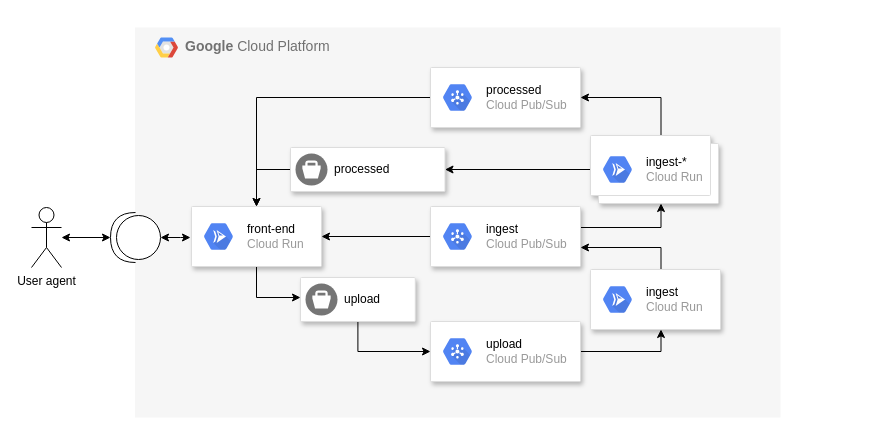
andrejusk/serverless-storage-demo keeps this draw.io diagram as docs/diagrams.drawio. Above is the earlier version. Source tidied: cells renumbered, new cells numbered last; positions are measured from the earlier drawing's top-left corner, leaving out a move shared by most shapes. Both pictures are drawn from the tidied source at 100%, with x=0, y=0 at pixel (31, 27).
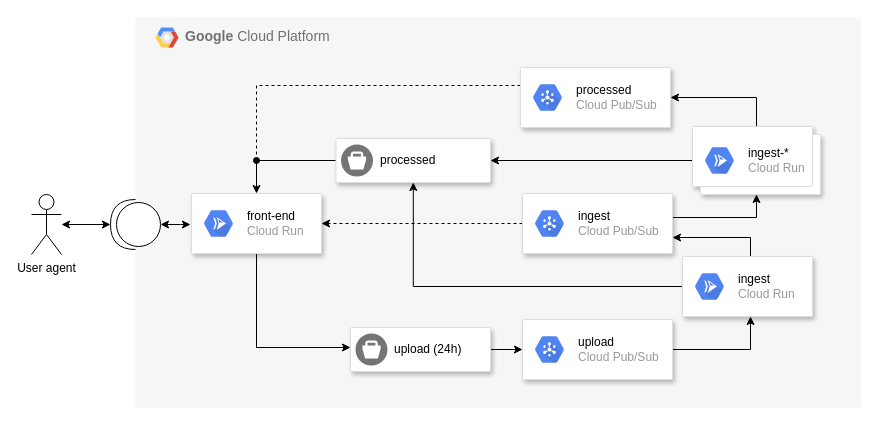
The same diagram, later.

Diff of the diagram source:
```diff
@@
+    <mxCell id="34" style="group;" parent="1" vertex="1">
+      <mxGeometry x="104" y="-10" width="725.5" height="390" as="geometry" />
+    </mxCell>
-    <mxCell id="2" value="&lt;b&gt;Google &lt;/b&gt;Cloud Platform" style="fillColor=#F6F6F6;strokeColor=none;shadow=0;gradientColor=none;fontSize=14;align=left;spacing=10;fontColor=#717171;9E9E9E;verticalAlign=top;spacingTop=-4;fontStyle=0;spacingLeft=40;html=1;flipH=0;" parent="1" vertex="1">
-      <mxGeometry x="103.5" width="645.5" height="390" as="geometry" />
+    <mxCell id="2" value="&lt;b&gt;Google &lt;/b&gt;Cloud Platform" style="fillColor=#F6F6F6;strokeColor=none;shadow=0;gradientColor=none;fontSize=14;align=left;spacing=10;fontColor=#717171;9E9E9E;verticalAlign=top;spacingTop=-4;fontStyle=0;spacingLeft=40;html=1;flipH=0;" parent="34" vertex="1">
+      <mxGeometry width="725.5" height="390" as="geometry" />
     </mxCell>
+    <mxCell id="13" style="shape=mxgraph.gcp2.google_cloud_platform;fillColor=#F6F6F6;strokeColor=none;shadow=0;gradientColor=none;fontColor=#000000;" parent="34" vertex="1">
+      <mxGeometry x="20" y="10" width="23" height="20" as="geometry">
+        <mxPoint x="20" y="10" as="offset" />
+      </mxGeometry>
+    </mxCell>
@@
     <mxCell id="4" value="User agent" style="shape=umlActor;verticalLabelPosition=bottom;verticalAlign=top;html=1;outlineConnect=0;" parent="1" vertex="1">
-      <mxGeometry y="180" width="30" height="60" as="geometry" />
+      <mxGeometry y="167" width="30" height="60" as="geometry" />
     </mxCell>
     <mxCell id="5" style="edgeStyle=orthogonalEdgeStyle;rounded=0;jettySize=auto;html=1;startArrow=classic;startFill=1;" parent="1" edge="1" source="6">
       <mxGeometry relative="1" as="geometry">
-        <mxPoint x="159" y="210" as="targetPoint" />
+        <mxPoint x="159" y="197" as="targetPoint" />
       </mxGeometry>
     </mxCell>
     <mxCell id="6" style="shape=providedRequiredInterface;html=1;verticalLabelPosition=bottom;sketch=0;rotation=-180;" parent="1" vertex="1">
-      <mxGeometry x="79" y="185" width="50" height="50" as="geometry" />
+      <mxGeometry x="79" y="172" width="50" height="50" as="geometry" />
     </mxCell>
     <mxCell id="7" style="edgeStyle=orthogonalEdgeStyle;rounded=0;jettySize=auto;html=1;fontColor=#000000;startArrow=none;startFill=0;" parent="1" edge="1" source="8" target="15">
       <mxGeometry relative="1" as="geometry">
         <Array as="points">
-          <mxPoint x="225" y="270" />
+          <mxPoint x="225" y="320" />
         </Array>
       </mxGeometry>
     </mxCell>
     <mxCell id="8" style="strokeColor=#dddddd;shadow=1;strokeWidth=1;rounded=1;absoluteArcSize=1;arcSize=2;" parent="1" vertex="1">
-      <mxGeometry x="160" y="179" width="130" height="60" as="geometry" />
+      <mxGeometry x="160" y="166" width="130" height="60" as="geometry" />
     </mxCell>
@@
     <mxCell id="10" style="edgeStyle=orthogonalEdgeStyle;rounded=0;jettySize=auto;html=1;fontColor=#000000;startArrow=none;startFill=0;" parent="1" edge="1" source="32" target="8">
       <mxGeometry relative="1" as="geometry">
         <Array as="points">
-          <mxPoint x="225" y="142" />
+          <mxPoint x="225" y="133" />
         </Array>
       </mxGeometry>
     </mxCell>
-    <mxCell id="11" style="edgeStyle=orthogonalEdgeStyle;rounded=0;jettySize=auto;html=1;fontColor=#000000;startArrow=none;startFill=0;" parent="1" edge="1" source="17" target="8">
-      <mxGeometry relative="1" as="geometry" />
+    <mxCell id="11" style="edgeStyle=orthogonalEdgeStyle;rounded=0;jettySize=auto;html=1;fontColor=#000000;startArrow=none;startFill=0;endArrow=oval;endFill=1;dashed=1;" parent="1" edge="1" source="17">
+      <mxGeometry relative="1" as="geometry">
+        <mxPoint x="225" y="133" as="targetPoint" />
+        <Array as="points">
+          <mxPoint x="225" y="58" />
+        </Array>
+      </mxGeometry>
     </mxCell>
-    <mxCell id="12" style="edgeStyle=orthogonalEdgeStyle;rounded=0;jettySize=auto;html=1;fontColor=#000000;startArrow=none;startFill=0;" parent="1" edge="1" source="20" target="8">
-      <mxGeometry relative="1" as="geometry" />
-    </mxCell>
-    <mxCell id="13" style="shape=mxgraph.gcp2.google_cloud_platform;fillColor=#F6F6F6;strokeColor=none;shadow=0;gradientColor=none;fontColor=#000000;" parent="1" vertex="1">
-      <mxGeometry x="123.5" y="10" width="23" height="20" as="geometry">
-        <mxPoint x="20" y="10" as="offset" />
-      </mxGeometry>
-    </mxCell>
-    <mxCell id="14" style="edgeStyle=orthogonalEdgeStyle;rounded=0;jettySize=auto;html=1;fontColor=#000000;startArrow=none;startFill=0;" parent="1" edge="1" source="15" target="23">
-      <mxGeometry relative="1" as="geometry">
-        <Array as="points">
-          <mxPoint x="326.5" y="324" />
-        </Array>
-      </mxGeometry>
+    <mxCell id="14" style="edgeStyle=orthogonalEdgeStyle;rounded=0;jettySize=auto;html=1;endArrow=classic;endFill=1;" parent="1" edge="1" source="15" target="23">
+      <mxGeometry relative="1" as="geometry" />
     </mxCell>
     <mxCell id="15" style="strokeColor=#dddddd;shadow=1;strokeWidth=1;rounded=1;absoluteArcSize=1;arcSize=2;" parent="1" vertex="1">
-      <mxGeometry x="269" y="250" width="114.8" height="44" as="geometry" />
+      <mxGeometry x="319" y="300" width="140" height="44" as="geometry" />
     </mxCell>
-    <mxCell id="16" value="upload" style="sketch=0;dashed=0;html=1;fillColor=#757575;strokeColor=none;shape=mxgraph.gcp2.bucket;labelPosition=right;verticalLabelPosition=middle;align=left;verticalAlign=middle;spacingLeft=5;fontSize=12;" parent="15" vertex="1">
+    <mxCell id="16" value="upload (24h)" style="sketch=0;dashed=0;html=1;fillColor=#757575;strokeColor=none;shape=mxgraph.gcp2.bucket;labelPosition=right;verticalLabelPosition=middle;align=left;verticalAlign=middle;spacingLeft=5;fontSize=12;" parent="15" vertex="1">
       <mxGeometry y="0.5" width="32" height="32" relative="1" as="geometry">
         <mxPoint x="5" y="-16" as="offset" />
       </mxGeometry>
     </mxCell>
     <mxCell id="17" style="strokeColor=#dddddd;shadow=1;strokeWidth=1;rounded=1;absoluteArcSize=1;arcSize=2;" parent="1" vertex="1">
-      <mxGeometry x="399" y="40" width="150" height="60" as="geometry" />
+      <mxGeometry x="489" y="40" width="150" height="60" as="geometry" />
     </mxCell>
@@
-    <mxCell id="19" style="edgeStyle=orthogonalEdgeStyle;rounded=0;jettySize=auto;html=1;fontColor=#000000;startArrow=none;startFill=0;" parent="1" edge="1" source="20" target="30">
+    <mxCell id="19" style="edgeStyle=orthogonalEdgeStyle;rounded=0;jettySize=auto;html=1;endArrow=classic;endFill=1;" parent="1" edge="1" source="20" target="30">
       <mxGeometry relative="1" as="geometry">
         <Array as="points">
-          <mxPoint x="629.5" y="200" />
+          <mxPoint x="725" y="190" />
         </Array>
       </mxGeometry>
     </mxCell>
+    <mxCell id="12" style="edgeStyle=orthogonalEdgeStyle;rounded=0;jettySize=auto;html=1;endArrow=classic;endFill=1;dashed=1;" parent="1" edge="1" source="20" target="8">
+      <mxGeometry relative="1" as="geometry" />
+    </mxCell>
     <mxCell id="20" style="strokeColor=#dddddd;shadow=1;strokeWidth=1;rounded=1;absoluteArcSize=1;arcSize=2;" parent="1" vertex="1">
-      <mxGeometry x="399" y="179" width="150" height="60" as="geometry" />
+      <mxGeometry x="491" y="166" width="150" height="60" as="geometry" />
     </mxCell>
@@
-    <mxCell id="22" style="edgeStyle=orthogonalEdgeStyle;rounded=0;jettySize=auto;html=1;fontColor=#000000;startArrow=none;startFill=0;" parent="1" edge="1" source="23" target="26">
+    <mxCell id="22" style="edgeStyle=orthogonalEdgeStyle;rounded=0;jettySize=auto;html=1;fontColor=#000000;startArrow=none;startFill=0;exitX=1;exitY=0.5;exitDx=0;exitDy=0;" parent="1" edge="1" source="23" target="26">
       <mxGeometry relative="1" as="geometry">
         <Array as="points">
-          <mxPoint x="629.5" y="324" />
+          <mxPoint x="719" y="322" />
         </Array>
       </mxGeometry>
     </mxCell>
     <mxCell id="23" style="strokeColor=#dddddd;shadow=1;strokeWidth=1;rounded=1;absoluteArcSize=1;arcSize=2;" parent="1" vertex="1">
-      <mxGeometry x="399" y="294" width="150" height="60" as="geometry" />
+      <mxGeometry x="491" y="292" width="150" height="60" as="geometry" />
     </mxCell>
@@
-    <mxCell id="25" style="edgeStyle=orthogonalEdgeStyle;rounded=0;jettySize=auto;html=1;fontColor=#000000;startArrow=none;startFill=0;" parent="1" edge="1" source="26" target="20">
+    <mxCell id="25" style="edgeStyle=orthogonalEdgeStyle;rounded=0;jettySize=auto;html=1;endArrow=classic;endFill=1;" parent="1" edge="1" source="26" target="20">
       <mxGeometry relative="1" as="geometry">
         <Array as="points">
-          <mxPoint x="629.5" y="220" />
+          <mxPoint x="719" y="210" />
         </Array>
       </mxGeometry>
     </mxCell>
+    <mxCell id="35" style="edgeStyle=orthogonalEdgeStyle;rounded=0;jettySize=auto;html=1;endArrow=classic;endFill=1;" parent="1" edge="1" source="26" target="32">
+      <mxGeometry relative="1" as="geometry" />
+    </mxCell>
     <mxCell id="26" style="strokeColor=#dddddd;shadow=1;strokeWidth=1;rounded=1;absoluteArcSize=1;arcSize=2;" parent="1" vertex="1">
-      <mxGeometry x="559" y="242" width="130" height="60" as="geometry" />
+      <mxGeometry x="651" y="229" width="130" height="60" as="geometry" />
     </mxCell>
@@
-    <mxCell id="28" style="edgeStyle=orthogonalEdgeStyle;rounded=0;jettySize=auto;html=1;fontColor=#000000;startArrow=none;startFill=0;" parent="1" edge="1" source="30" target="32">
+    <mxCell id="28" style="edgeStyle=orthogonalEdgeStyle;rounded=0;jettySize=auto;html=1;endArrow=classic;endFill=1;" parent="1" edge="1" source="30" target="32">
       <mxGeometry relative="1" as="geometry" />
     </mxCell>
-    <mxCell id="29" style="edgeStyle=orthogonalEdgeStyle;rounded=0;jettySize=auto;html=1;fontColor=#000000;startArrow=none;startFill=0;" parent="1" edge="1" source="30" target="17">
+    <mxCell id="29" style="edgeStyle=orthogonalEdgeStyle;rounded=0;jettySize=auto;html=1;endArrow=classic;endFill=1;" parent="1" edge="1" source="30" target="17">
       <mxGeometry relative="1" as="geometry">
         <Array as="points">
-          <mxPoint x="629.5" y="70" />
+          <mxPoint x="725" y="70" />
         </Array>
       </mxGeometry>
     </mxCell>
     <mxCell id="30" style="shape=mxgraph.gcp2.doubleRect;strokeColor=#dddddd;shadow=1;strokeWidth=1;" parent="1" vertex="1">
-      <mxGeometry x="559" y="108" width="128" height="68" as="geometry" />
+      <mxGeometry x="661" y="99" width="128" height="68" as="geometry" />
     </mxCell>
@@
     <mxCell id="32" style="strokeColor=#dddddd;shadow=1;strokeWidth=1;rounded=1;absoluteArcSize=1;arcSize=2;" parent="1" vertex="1">
-      <mxGeometry x="259" y="120" width="154.5" height="44" as="geometry" />
+      <mxGeometry x="304.5" y="111" width="154.5" height="44" as="geometry" />
     </mxCell>
```
